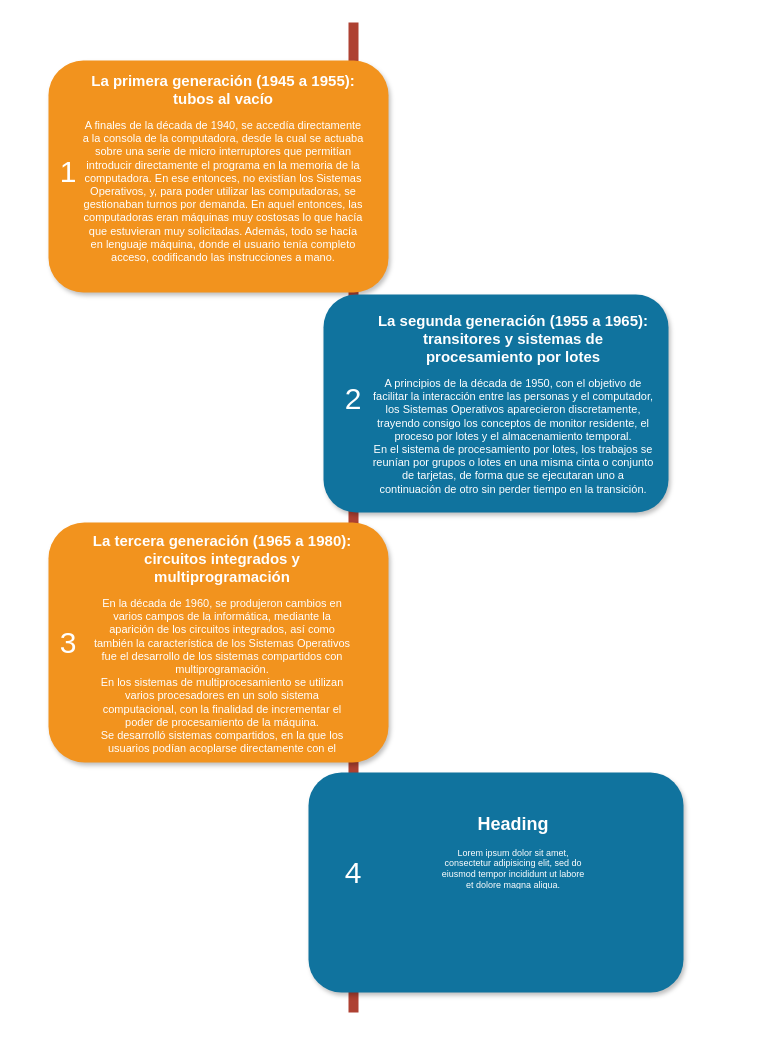
Above: Diagrama sin título.drawio in kiloZ333/kiloZ333 (draw.io), before the change. Source tidied: cells renumbered, new cells numbered last; positions are measured from the earlier drawing's top-left corner, leaving out a move shared by most shapes. Both pictures are drawn from the tidied source at 100%, with x=0, y=0 at pixel (33, 22).
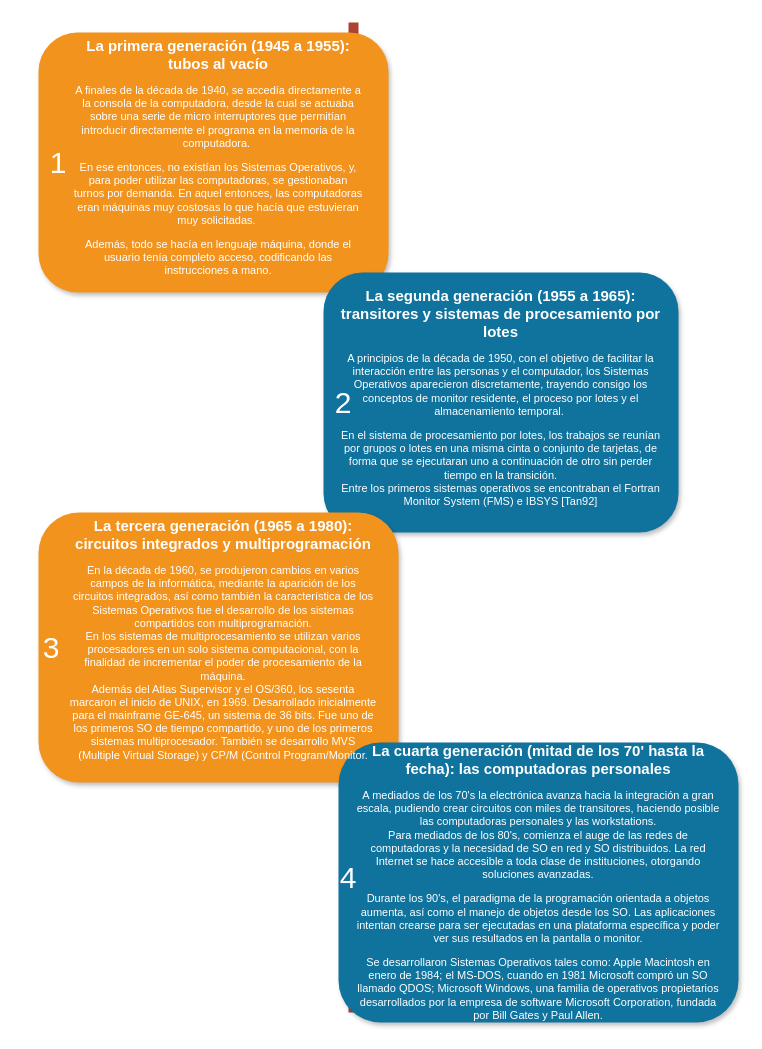
After the change.

Diff of the diagram source:
```diff
@@
 <mxGraphModel>
   <root>
     <mxCell id="0" />
     <mxCell id="1" parent="0" />
     <mxCell id="2" style="line;strokeWidth=10;direction=south;html=1;fillColor=none;fontSize=13;fontColor=#000000;align=center;strokeColor=#AE4132;" parent="1" vertex="1">
       <mxGeometry x="315" width="10" height="990" as="geometry" />
     </mxCell>
     <mxCell id="3" style="rounded=1;whiteSpace=wrap;html=1;strokeColor=none;strokeWidth=1;fillColor=#F2931E;fontSize=13;fontColor=#FFFFFF;align=center;gradientColor=none;gradientDirection=east;verticalAlign=top;shadow=1;" parent="1" vertex="1">
-      <mxGeometry x="15" y="38" width="340" height="232" as="geometry" />
+      <mxGeometry x="5" y="10" width="350" height="260" as="geometry" />
     </mxCell>
     <mxCell id="4" value="1" style="text;html=1;strokeColor=none;fillColor=none;align=center;verticalAlign=middle;whiteSpace=wrap;fontSize=30;fontColor=#FFFFFF;" parent="1" vertex="1">
-      <mxGeometry x="15" y="139" width="40" height="20" as="geometry" />
+      <mxGeometry x="5" y="130" width="40" height="20" as="geometry" />
     </mxCell>
     <mxCell id="5" style="rounded=1;whiteSpace=wrap;html=1;strokeColor=none;strokeWidth=1;fillColor=#10739E;fontSize=13;fontColor=#FFFFFF;align=center;gradientColor=none;gradientDirection=east;verticalAlign=top;shadow=1;" parent="1" vertex="1">
-      <mxGeometry x="290" y="272" width="345" height="218" as="geometry" />
+      <mxGeometry x="290" y="250" width="355" height="260" as="geometry" />
     </mxCell>
     <mxCell id="6" value="2" style="text;html=1;strokeColor=none;fillColor=none;align=center;verticalAlign=middle;whiteSpace=wrap;fontSize=30;fontColor=#FFFFFF;" parent="1" vertex="1">
-      <mxGeometry x="300" y="366" width="40" height="20" as="geometry" />
+      <mxGeometry x="290" y="370" width="40" height="20" as="geometry" />
     </mxCell>
     <mxCell id="7" style="rounded=1;whiteSpace=wrap;html=1;strokeColor=none;strokeWidth=1;fillColor=#F2931E;fontSize=13;fontColor=#FFFFFF;align=center;gradientColor=none;gradientDirection=east;verticalAlign=top;shadow=1;" parent="1" vertex="1">
-      <mxGeometry x="15" y="500" width="340" height="240" as="geometry" />
+      <mxGeometry x="5" y="490" width="360" height="270" as="geometry" />
     </mxCell>
     <mxCell id="8" value="3" style="text;html=1;strokeColor=none;fillColor=none;align=center;verticalAlign=middle;whiteSpace=wrap;fontSize=30;fontColor=#FFFFFF;" parent="1" vertex="1">
-      <mxGeometry y="587.5" width="70" height="65" as="geometry" />
+      <mxGeometry x="-16.9" y="592.5" width="70" height="65" as="geometry" />
     </mxCell>
     <mxCell id="9" style="rounded=1;whiteSpace=wrap;html=1;strokeColor=none;strokeWidth=1;fillColor=#10739E;fontSize=13;fontColor=#FFFFFF;align=center;gradientColor=none;gradientDirection=east;verticalAlign=top;shadow=1;" parent="1" vertex="1">
-      <mxGeometry x="275" y="750" width="375" height="220" as="geometry" />
+      <mxGeometry x="305" y="720" width="400" height="280" as="geometry" />
     </mxCell>
     <mxCell id="10" value="4" style="text;html=1;strokeColor=none;fillColor=none;align=center;verticalAlign=middle;whiteSpace=wrap;fontSize=30;fontColor=#FFFFFF;" parent="1" vertex="1">
-      <mxGeometry x="300" y="840" width="40" height="20" as="geometry" />
+      <mxGeometry x="295" y="845" width="40" height="20" as="geometry" />
     </mxCell>
     <mxCell id="11" value="7" style="text;html=1;strokeColor=none;fillColor=none;align=center;verticalAlign=middle;whiteSpace=wrap;fontSize=30;fontColor=#FFFFFF;" parent="1" vertex="1">
       <mxGeometry x="135" y="793" width="40" height="20" as="geometry" />
     </mxCell>
-    <mxCell id="12" value="&lt;h1 style=&quot;font-size: 15px;&quot;&gt;&lt;font style=&quot;font-size: 15px;&quot;&gt;La primera generación (1945 a 1955): tubos al vacío&lt;br&gt;&lt;/font&gt;&lt;/h1&gt;&lt;p style=&quot;font-size: 11px;&quot;&gt;A finales de la década de 1940, se accedía directamente a la consola de la computadora, desde la cual se actuaba sobre una serie de micro interruptores que permitían introducir directamente el programa en la memoria de la computadora. En ese entonces, no existían los Sistemas Operativos, y, para poder utilizar las computadoras, se gestionaban turnos por demanda. En aquel entonces, las computadoras eran máquinas muy costosas lo que hacía que estuvieran muy solicitadas. Además, todo se hacía en lenguaje máquina, donde el usuario tenía completo acceso, codificando las instrucciones a mano. &lt;br&gt;&lt;/p&gt;" style="text;html=1;spacing=5;spacingTop=-20;whiteSpace=wrap;overflow=hidden;strokeColor=none;strokeWidth=4;fillColor=none;gradientColor=#007FFF;fontSize=9;fontColor=#FFFFFF;align=center;" parent="1" vertex="1">
-      <mxGeometry x="45" y="50" width="290" height="220" as="geometry" />
+    <mxCell id="12" value="&lt;h1 style=&quot;font-size: 15px;&quot;&gt;&lt;font style=&quot;font-size: 15px;&quot;&gt;La primera generación (1945 a 1955): tubos al vacío&lt;br&gt;&lt;/font&gt;&lt;/h1&gt;&lt;p style=&quot;font-size: 11px;&quot;&gt;A finales de la década de 1940, se accedía directamente a la consola de la computadora, desde la cual se actuaba sobre una serie de micro interruptores que permitían introducir directamente el programa en la memoria de la computadora.&amp;nbsp;&lt;/p&gt;&lt;p style=&quot;font-size: 11px;&quot;&gt;En ese entonces, no existían los Sistemas Operativos, y, para poder utilizar las computadoras, se gestionaban turnos por demanda. En aquel entonces, las computadoras eran máquinas muy costosas lo que hacía que estuvieran muy solicitadas.&amp;nbsp;&lt;/p&gt;&lt;p style=&quot;font-size: 11px;&quot;&gt;Además, todo se hacía en lenguaje máquina, donde el usuario tenía completo acceso, codificando las instrucciones a mano. &lt;br&gt;&lt;/p&gt;&lt;p style=&quot;font-size: 11px;&quot;&gt;&lt;br&gt;&lt;/p&gt;" style="text;html=1;spacing=5;spacingTop=-20;whiteSpace=wrap;overflow=hidden;strokeColor=none;strokeWidth=4;fillColor=none;gradientColor=#007FFF;fontSize=9;fontColor=#FFFFFF;align=center;" parent="1" vertex="1">
+      <mxGeometry x="35" y="15" width="300" height="250" as="geometry" />
     </mxCell>
-    <mxCell id="13" value="&lt;h1 style=&quot;font-size: 15px;&quot;&gt;La segunda generación (1955 a 1965): transitores y sistemas de procesamiento por lotes&lt;br&gt;&lt;/h1&gt;&lt;p style=&quot;font-size: 11px;&quot;&gt;A principios de la década de 1950, con el objetivo de facilitar la interacción entre las personas y el computador, los Sistemas Operativos aparecieron discretamente, trayendo consigo los conceptos de monitor residente, el proceso por lotes y el almacenamiento temporal. &lt;br&gt;En el sistema de procesamiento por lotes, los trabajos se reunían por grupos o lotes en una misma cinta o conjunto de tarjetas, de forma que se ejecutaran uno a continuación de otro sin perder tiempo en la transición.&lt;br&gt;&lt;br&gt;&lt;/p&gt;" style="text;html=1;spacing=5;spacingTop=-20;whiteSpace=wrap;overflow=hidden;strokeColor=none;strokeWidth=4;fillColor=none;gradientColor=#007FFF;fontSize=9;fontColor=#FFFFFF;align=center;" parent="1" vertex="1">
-      <mxGeometry x="335" y="290" width="290" height="200" as="geometry" />
+    <mxCell id="13" value="&lt;h1 style=&quot;font-size: 15px;&quot;&gt;La segunda generación (1955 a 1965): transitores y sistemas de procesamiento por lotes&lt;br&gt;&lt;/h1&gt;&lt;p style=&quot;font-size: 11px;&quot;&gt;A principios de la década de 1950, con el objetivo de facilitar la interacción entre las personas y el computador, los Sistemas Operativos aparecieron discretamente, trayendo consigo los conceptos de monitor residente, el proceso por lotes y el almacenamiento temporal.&amp;nbsp;&lt;/p&gt;&lt;p style=&quot;font-size: 11px;&quot;&gt;En el sistema de procesamiento por lotes, los trabajos se reunían por grupos o lotes en una misma cinta o conjunto de tarjetas, de forma que se ejecutaran uno a continuación de otro sin perder tiempo en la transición.&lt;br&gt;Entre los primeros sistemas operativos se encontraban el Fortran Monitor System (FMS) e IBSYS [Tan92]&lt;br&gt;&lt;/p&gt;&lt;p style=&quot;font-size: 11px;&quot;&gt;&lt;br&gt;&lt;/p&gt;" style="text;html=1;spacing=5;spacingTop=-20;whiteSpace=wrap;overflow=hidden;strokeColor=none;strokeWidth=4;fillColor=none;gradientColor=#007FFF;fontSize=9;fontColor=#FFFFFF;align=center;" parent="1" vertex="1">
+      <mxGeometry x="301.2" y="265" width="332.5" height="240" as="geometry" />
     </mxCell>
-    <mxCell id="14" value="&lt;h1 style=&quot;font-size: 15px;&quot;&gt;La tercera generación (1965 a 1980): circuitos integrados y multiprogramación&lt;br&gt;&lt;/h1&gt;&lt;p style=&quot;font-size: 11px;&quot;&gt;En la década de 1960, se produjeron cambios en varios campos de la informática, mediante la aparición de los circuitos integrados, así como también la característica de los Sistemas Operativos fue el desarrollo de los sistemas compartidos con multiprogramación. &lt;br&gt;En los sistemas de multiprocesamiento se utilizan varios procesadores en un solo sistema computacional, con la finalidad de incrementar el poder de procesamiento de la máquina. &lt;br&gt;Se desarrolló sistemas compartidos, en la que los usuarios podían acoplarse directamente con el &lt;br&gt;&lt;br&gt;&lt;/p&gt;" style="text;html=1;spacing=5;spacingTop=-20;whiteSpace=wrap;overflow=hidden;strokeColor=none;strokeWidth=4;fillColor=none;gradientColor=#007FFF;fontSize=9;fontColor=#FFFFFF;align=center;" parent="1" vertex="1">
-      <mxGeometry x="53.1" y="510" width="271.9" height="230" as="geometry" />
+    <mxCell id="14" value="&lt;h1 style=&quot;font-size: 15px;&quot;&gt;La tercera generación (1965 a 1980): circuitos integrados y multiprogramación&lt;br&gt;&lt;/h1&gt;&lt;p style=&quot;font-size: 11px;&quot;&gt;En la década de 1960, se produjeron cambios en varios campos de la informática, mediante la aparición de los circuitos integrados, así como también la característica de los Sistemas Operativos fue el desarrollo de los sistemas compartidos con multiprogramación. &lt;br&gt;En los sistemas de multiprocesamiento se utilizan varios procesadores en un solo sistema computacional, con la finalidad de incrementar el poder de procesamiento de la máquina. &lt;br&gt;Además del Atlas Supervisor y el OS/360, los sesenta marcaron el inicio de UNIX, en 1969. Desarrollado inicialmente para el mainframe GE-645, un sistema de 36 bits. Fue uno de los primeros SO de tiempo compartido, y uno de los primeros sistemas multiprocesador. También se desarrollo MVS (Multiple Virtual Storage) y CP/M (Control Program/Monitor.&lt;br&gt;&lt;/p&gt;" style="text;html=1;spacing=5;spacingTop=-20;whiteSpace=wrap;overflow=hidden;strokeColor=none;strokeWidth=4;fillColor=none;gradientColor=#007FFF;fontSize=9;fontColor=#FFFFFF;align=center;" parent="1" vertex="1">
+      <mxGeometry x="32" y="495" width="315.9" height="260" as="geometry" />
     </mxCell>
-    <mxCell id="15" value="&lt;h1&gt;Heading&lt;/h1&gt;&lt;p&gt;Lorem ipsum dolor sit amet, consectetur adipisicing elit, sed do eiusmod tempor incididunt ut labore et dolore magna aliqua.&lt;/p&gt;" style="text;html=1;spacing=5;spacingTop=-20;whiteSpace=wrap;overflow=hidden;strokeColor=none;strokeWidth=4;fillColor=none;gradientColor=#007FFF;fontSize=9;fontColor=#FFFFFF;align=center;" parent="1" vertex="1">
-      <mxGeometry x="400" y="790" width="160" height="77" as="geometry" />
+    <mxCell id="15" value="&lt;h1 style=&quot;font-size: 15px;&quot;&gt;La cuarta generación (mitad de los 70' hasta la fecha): las computadoras personales&lt;br&gt;&lt;/h1&gt;&lt;p style=&quot;font-size: 11px;&quot;&gt;&lt;font style=&quot;font-size: 11px;&quot;&gt;A mediados de los 70's la electrónica avanza hacia la integración a gran escala, pudiendo crear circuitos con miles de transitores, haciendo posible las computadoras personales y las workstations.&lt;br&gt;Para mediados de los 80's, comienza el auge de las redes de computadoras y la necesidad de SO en red y SO distribuidos. La red Internet se hace accesible a toda clase de instituciones, otorgando soluciones avanzadas.&lt;/font&gt;&lt;/p&gt;&lt;p style=&quot;font-size: 11px;&quot;&gt;&lt;font style=&quot;font-size: 11px;&quot;&gt;Durante los 90's, el paradigma de la programación orientada a objetos aumenta, así como el manejo de objetos desde los SO. Las aplicaciones intentan crearse para ser ejecutadas en una plataforma específica y poder ver sus resultados en la pantalla o monitor.&lt;/font&gt;&lt;/p&gt;&lt;p style=&quot;font-size: 11px;&quot;&gt;&lt;font style=&quot;font-size: 11px;&quot;&gt;Se desarrollaron Sistemas Operativos tales como: Apple Macintosh en enero de 1984; el MS-DOS, cuando en 1981 Microsoft compró un SO llamado QDOS; Microsoft Windows, una familia de operativos propietarios desarrollados por la empresa de software Microsoft Corporation, fundada por Bill Gates y Paul Allen&lt;/font&gt;.&lt;br&gt;&lt;/p&gt;" style="text;html=1;spacing=5;spacingTop=-20;whiteSpace=wrap;overflow=hidden;strokeColor=none;strokeWidth=4;fillColor=none;gradientColor=#007FFF;fontSize=9;fontColor=#FFFFFF;align=center;" parent="1" vertex="1">
+      <mxGeometry x="316.2" y="720" width="377.5" height="290" as="geometry" />
     </mxCell>
   </root>
 </mxGraphModel>
```
